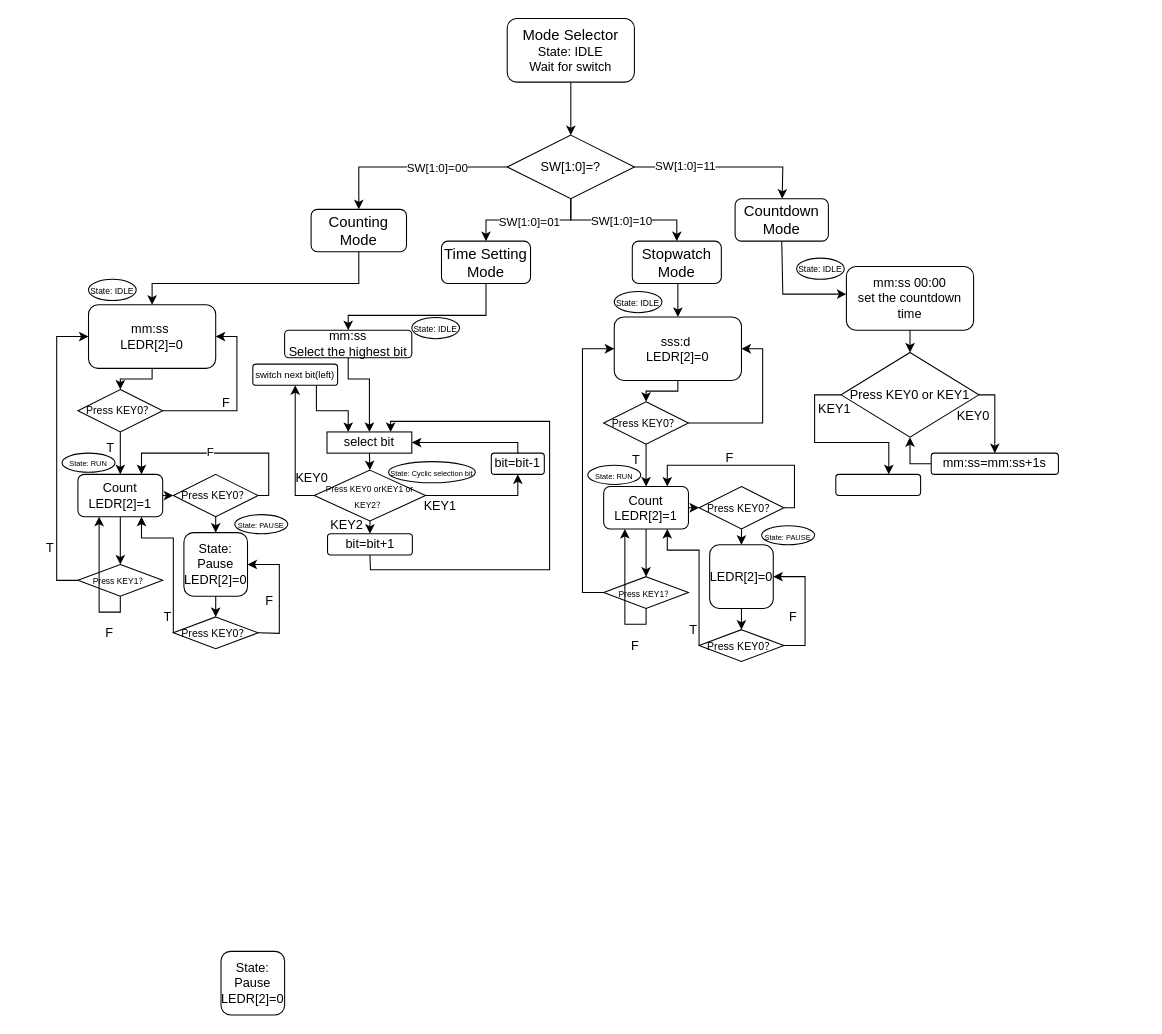
Before: EEE339.drawio in fancilonely/fancilonely, a draw.io diagram. Source tidied: cells renumbered, new cells numbered last; positions are measured from the earlier drawing's top-left corner, leaving out a move shared by most shapes. Both pictures are drawn from the tidied source at 106%, with x=0, y=0 at pixel (18, 18).
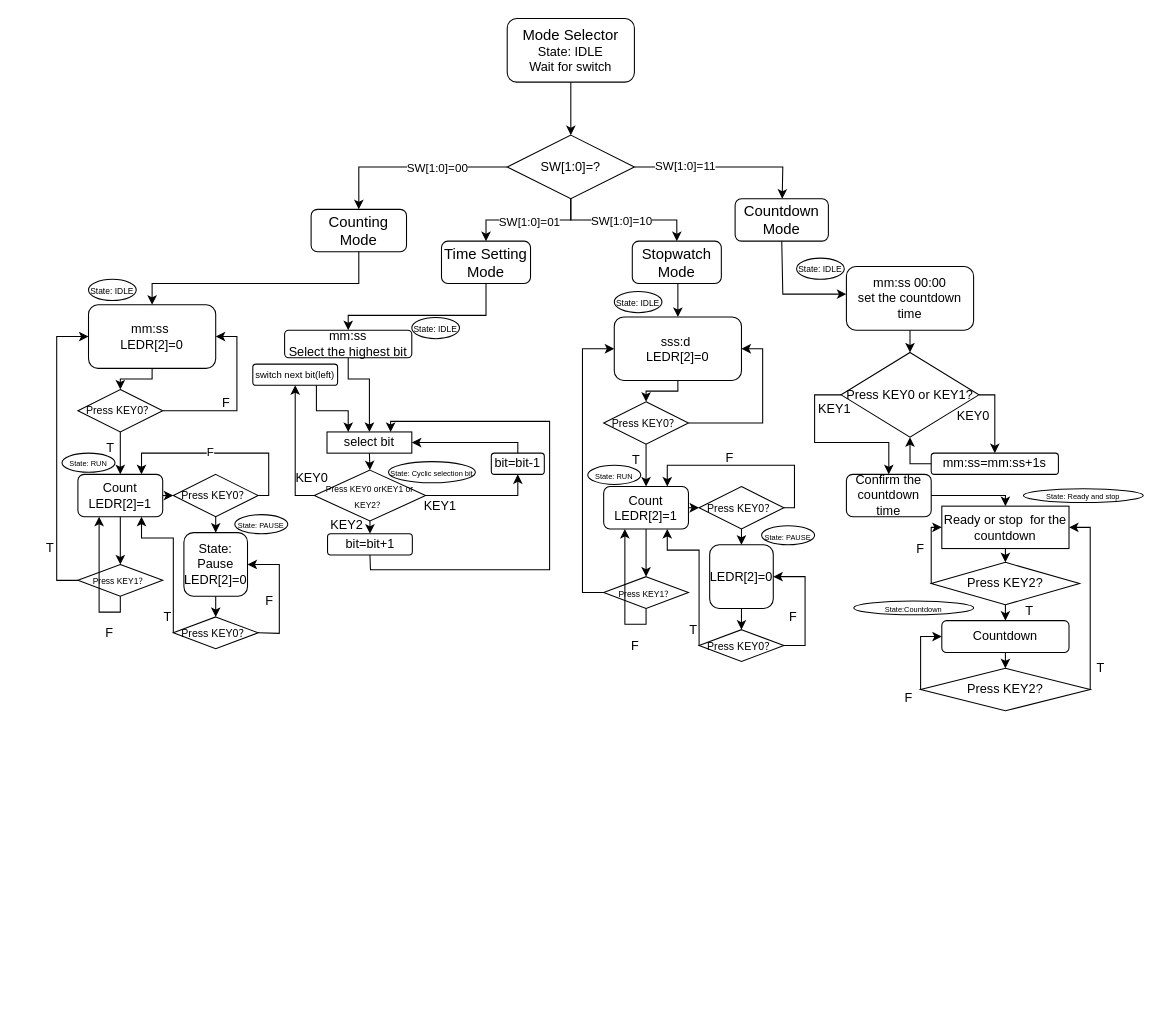
Above is the later version.

The edit, as a diff of the source:
```diff
@@
-    <mxCell id="44" value="&lt;div&gt;State: Pause&lt;/div&gt;&lt;div&gt;LEDR[2]=0&lt;/div&gt;" style="rounded=1;whiteSpace=wrap;html=1;" parent="1" vertex="1">
-      <mxGeometry x="191" y="880" width="60" height="60" as="geometry" />
-    </mxCell>
@@
-    <mxCell id="99" value="Press KEY0 or KEY1" style="rhombus;whiteSpace=wrap;html=1;" parent="1" vertex="1">
+    <mxCell id="99" value="Press KEY0 or KEY1?" style="rhombus;whiteSpace=wrap;html=1;" parent="1" vertex="1">
       <mxGeometry x="776" y="315" width="130" height="80" as="geometry" />
     </mxCell>
@@
-    <mxCell id="107" style="rounded=1;whiteSpace=wrap;html=1;" parent="1" vertex="1">
-      <mxGeometry x="771" y="430" width="80" height="20" as="geometry" />
+    <mxCell id="107" value="Confirm the countdown time" style="rounded=1;whiteSpace=wrap;html=1;" parent="1" vertex="1">
+      <mxGeometry x="781" y="430" width="80" height="40" as="geometry" />
     </mxCell>
+    <mxCell id="108" style="endArrow=classic;html=1;rounded=0;exitX=1;exitY=0.5;exitDx=0;exitDy=0;entryX=0.5;entryY=0;entryDx=0;entryDy=0;" parent="1" edge="1" source="107" target="109">
+      <mxGeometry relative="1" as="geometry">
+        <Array as="points">
+          <mxPoint x="931" y="450" />
+        </Array>
+      </mxGeometry>
+    </mxCell>
+    <mxCell id="109" value="Ready or&amp;nbsp;stop&amp;nbsp; for the countdown" style="rounded=0;whiteSpace=wrap;html=1;" parent="1" vertex="1">
+      <mxGeometry x="871" y="460" width="120" height="40" as="geometry" />
+    </mxCell>
+    <mxCell id="110" value="&lt;font style=&quot;font-size: 7px;&quot;&gt;State: Ready and stop&lt;/font&gt;" style="ellipse;whiteSpace=wrap;html=1;" parent="1" vertex="1">
+      <mxGeometry x="948" y="443.5" width="113" height="13" as="geometry" />
+    </mxCell>
+    <mxCell id="111" style="endArrow=classic;html=1;rounded=0;exitX=0.5;exitY=1;exitDx=0;exitDy=0;entryX=0.5;entryY=0;entryDx=0;entryDy=0;" parent="1" edge="1" source="109" target="112">
+      <mxGeometry relative="1" as="geometry" />
+    </mxCell>
+    <mxCell id="112" value="Press KEY2?" style="rhombus;whiteSpace=wrap;html=1;" parent="1" vertex="1">
+      <mxGeometry x="861" y="513" width="140" height="40" as="geometry" />
+    </mxCell>
+    <mxCell id="113" style="endArrow=classic;html=1;rounded=0;entryX=0.5;entryY=0;entryDx=0;entryDy=0;" parent="1" edge="1" target="114">
+      <mxGeometry relative="1" as="geometry">
+        <mxPoint x="931" y="553" as="sourcePoint" />
+      </mxGeometry>
+    </mxCell>
+    <mxCell id="114" value="Countdown" style="rounded=1;whiteSpace=wrap;html=1;" parent="1" vertex="1">
+      <mxGeometry x="871" y="568" width="120" height="30" as="geometry" />
+    </mxCell>
+    <mxCell id="115" style="endArrow=classic;html=1;rounded=0;exitX=0.5;exitY=1;exitDx=0;exitDy=0;entryX=0.5;entryY=0;entryDx=0;entryDy=0;" parent="1" edge="1" source="114" target="116">
+      <mxGeometry relative="1" as="geometry" />
+    </mxCell>
+    <mxCell id="116" value="Press KEY2?" style="rhombus;whiteSpace=wrap;html=1;" parent="1" vertex="1">
+      <mxGeometry x="851" y="613" width="160" height="40" as="geometry" />
+    </mxCell>
+    <mxCell id="117" style="endArrow=classic;html=1;rounded=0;exitX=0;exitY=0.5;exitDx=0;exitDy=0;entryX=0;entryY=0.5;entryDx=0;entryDy=0;" parent="1" edge="1" source="112" target="109">
+      <mxGeometry relative="1" as="geometry">
+        <Array as="points">
+          <mxPoint x="861" y="480" />
+        </Array>
+      </mxGeometry>
+    </mxCell>
+    <mxCell id="118" value="F" style="text;html=1;whiteSpace=wrap;strokeColor=none;fillColor=none;align=center;verticalAlign=middle;rounded=0;" parent="1" vertex="1">
+      <mxGeometry x="821" y="486" width="60" height="30" as="geometry" />
+    </mxCell>
+    <mxCell id="119" value="T" style="text;html=1;whiteSpace=wrap;strokeColor=none;fillColor=none;align=center;verticalAlign=middle;rounded=0;" parent="1" vertex="1">
+      <mxGeometry x="924" y="544" width="60" height="30" as="geometry" />
+    </mxCell>
+    <mxCell id="120" style="endArrow=classic;html=1;rounded=0;exitX=1;exitY=0.5;exitDx=0;exitDy=0;entryX=1;entryY=0.5;entryDx=0;entryDy=0;" parent="1" edge="1" source="116" target="109">
+      <mxGeometry relative="1" as="geometry">
+        <Array as="points">
+          <mxPoint x="1011" y="480" />
+        </Array>
+      </mxGeometry>
+    </mxCell>
+    <mxCell id="121" value="T" style="text;html=1;whiteSpace=wrap;strokeColor=none;fillColor=none;align=center;verticalAlign=middle;rounded=0;" parent="1" vertex="1">
+      <mxGeometry x="991" y="598" width="60" height="30" as="geometry" />
+    </mxCell>
+    <mxCell id="122" style="endArrow=classic;html=1;rounded=0;exitX=0;exitY=0.5;exitDx=0;exitDy=0;entryX=0;entryY=0.5;entryDx=0;entryDy=0;" parent="1" edge="1" source="116" target="114">
+      <mxGeometry relative="1" as="geometry">
+        <Array as="points">
+          <mxPoint x="851" y="583" />
+        </Array>
+      </mxGeometry>
+    </mxCell>
+    <mxCell id="123" value="F" style="text;html=1;whiteSpace=wrap;strokeColor=none;fillColor=none;align=center;verticalAlign=middle;rounded=0;" parent="1" vertex="1">
+      <mxGeometry x="810" y="626" width="60" height="30" as="geometry" />
+    </mxCell>
+    <mxCell id="124" value="&lt;div&gt;&lt;font style=&quot;font-size: 7px;&quot;&gt;State:Countdown&lt;/font&gt;&lt;/div&gt;" style="ellipse;whiteSpace=wrap;html=1;" parent="1" vertex="1">
+      <mxGeometry x="788" y="549.5" width="113" height="13" as="geometry" />
+    </mxCell>
```
